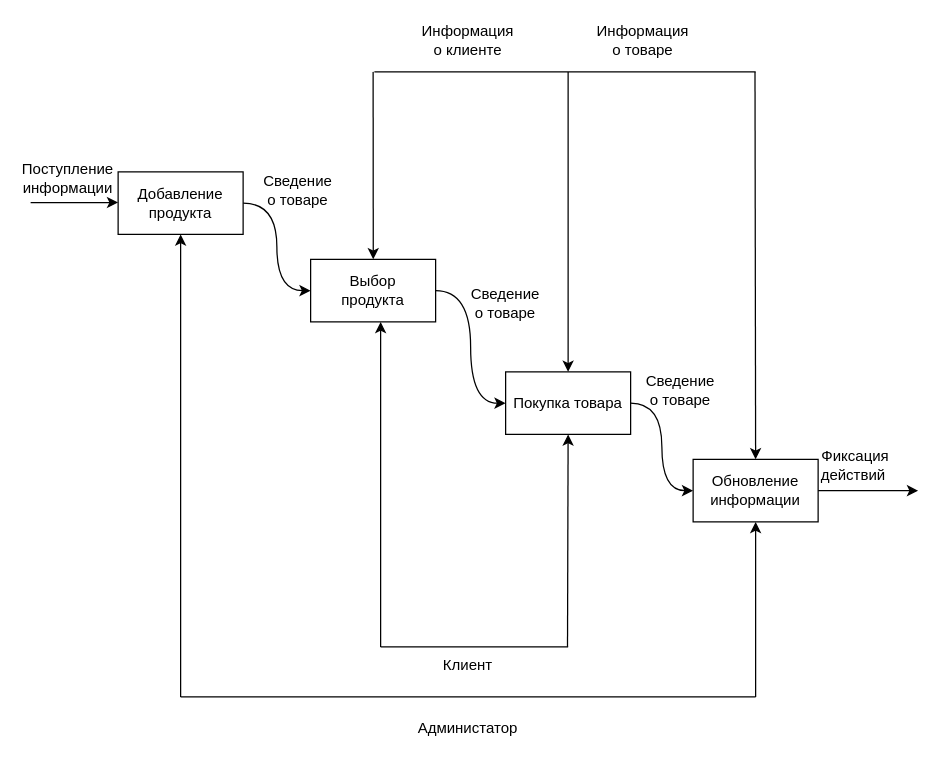
Before: Декомпозиция.drawio in Kovshik387/KursWPF, a draw.io diagram. Source tidied: cells renumbered, new cells numbered last; positions are measured from the earlier drawing's top-left corner, leaving out a move shared by most shapes. Both pictures are drawn from the tidied source at 125%, with x=0, y=0 at pixel (30, 21).
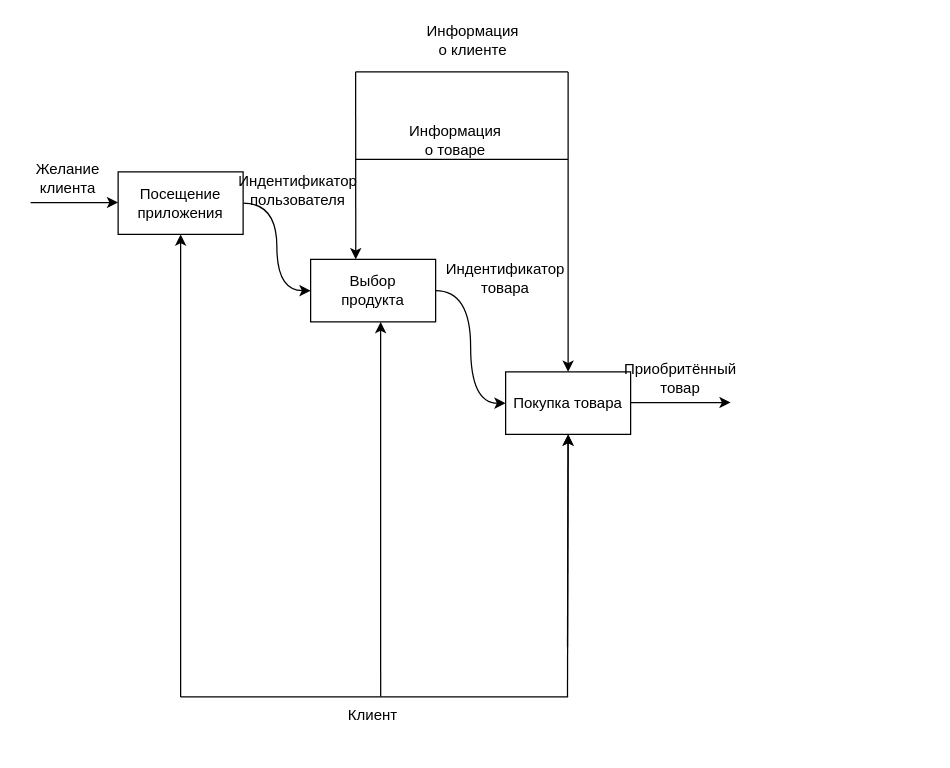
The same page after the edit.

Unchanged cells that the change refers to:
```xml
<mxCell id="10" value="Покупка товара" style="rounded=0;whiteSpace=wrap;html=1;" parent="1" vertex="1">
  <mxGeometry x="380" y="280" width="100" height="50" as="geometry" />
</mxCell>
```

The edit, as a diff of the source:
```diff
@@
-    <mxCell id="4" value="Добавление продукта" style="text;html=1;strokeColor=none;fillColor=none;align=center;verticalAlign=middle;whiteSpace=wrap;rounded=0;" parent="1" vertex="1">
+    <mxCell id="4" value="Посещение приложения" style="text;html=1;strokeColor=none;fillColor=none;align=center;verticalAlign=middle;whiteSpace=wrap;rounded=0;" parent="1" vertex="1">
       <mxGeometry x="90" y="130" width="60" height="30" as="geometry" />
     </mxCell>
@@
-    <mxCell id="9" style="edgeStyle=orthogonalEdgeStyle;rounded=0;jettySize=auto;html=1;exitX=1;exitY=0.5;exitDx=0;exitDy=0;entryX=0;entryY=0.5;entryDx=0;entryDy=0;curved=1;" parent="1" edge="1" source="10" target="11">
-      <mxGeometry relative="1" as="geometry" />
-    </mxCell>
@@
-    <mxCell id="11" value="Обновление информации" style="rounded=0;whiteSpace=wrap;html=1;" parent="1" vertex="1">
-      <mxGeometry x="530" y="350" width="100" height="50" as="geometry" />
-    </mxCell>
-    <mxCell id="12" value="Сведение о товаре" style="text;html=1;strokeColor=none;fillColor=none;align=center;verticalAlign=middle;whiteSpace=wrap;rounded=0;" parent="1" vertex="1">
-      <mxGeometry x="490" y="280" width="60" height="30" as="geometry" />
-    </mxCell>
-    <mxCell id="13" value="Сведение о товаре" style="text;html=1;strokeColor=none;fillColor=none;align=center;verticalAlign=middle;whiteSpace=wrap;rounded=0;" parent="1" vertex="1">
-      <mxGeometry x="350" y="210" width="60" height="30" as="geometry" />
+    <mxCell id="13" value="Индентификатор товара&lt;br&gt;" style="text;html=1;strokeColor=none;fillColor=none;align=center;verticalAlign=middle;whiteSpace=wrap;rounded=0;" parent="1" vertex="1">
+      <mxGeometry x="350" y="190" width="60" height="30" as="geometry" />
     </mxCell>
-    <mxCell id="14" value="Сведение о товаре" style="text;html=1;strokeColor=none;fillColor=none;align=center;verticalAlign=middle;whiteSpace=wrap;rounded=0;" parent="1" vertex="1">
+    <mxCell id="14" value="Индентификатор пользователя" style="text;html=1;strokeColor=none;fillColor=none;align=center;verticalAlign=middle;whiteSpace=wrap;rounded=0;" parent="1" vertex="1">
       <mxGeometry x="184" y="120" width="60" height="30" as="geometry" />
     </mxCell>
-    <mxCell id="15" value="Поступление информации" style="text;html=1;strokeColor=none;fillColor=none;align=center;verticalAlign=middle;whiteSpace=wrap;rounded=0;" parent="1" vertex="1">
+    <mxCell id="15" value="Желание клиента&lt;br&gt;" style="text;html=1;strokeColor=none;fillColor=none;align=center;verticalAlign=middle;whiteSpace=wrap;rounded=0;" parent="1" vertex="1">
       <mxGeometry y="110" width="60" height="30" as="geometry" />
     </mxCell>
     <mxCell id="16" style="endArrow=none;html=1;rounded=0;" parent="1" edge="1">
       <mxGeometry relative="1" as="geometry">
         <mxPoint x="120" y="540" as="sourcePoint" />
-        <mxPoint x="580" y="540" as="targetPoint" />
+        <mxPoint x="430" y="540" as="targetPoint" />
       </mxGeometry>
     </mxCell>
@@
-    <mxCell id="18" style="endArrow=classic;html=1;rounded=0;strokeColor=default;endFill=1;entryX=0.5;entryY=1;entryDx=0;entryDy=0;" parent="1" edge="1" target="11">
+    <mxCell id="18" style="endArrow=classic;html=1;rounded=0;strokeColor=default;endFill=1;entryX=0.5;entryY=1;entryDx=0;entryDy=0;" parent="1" edge="1" target="10">
       <mxGeometry relative="1" as="geometry">
-        <mxPoint x="580" y="540" as="sourcePoint" />
+        <mxPoint x="429.5" y="540" as="sourcePoint" />
       </mxGeometry>
     </mxCell>
-    <mxCell id="19" style="endArrow=classic;html=1;rounded=0;exitX=1;exitY=0.5;exitDx=0;exitDy=0;" parent="1" edge="1" source="11">
+    <mxCell id="19" style="endArrow=classic;html=1;rounded=0;exitX=1;exitY=0.5;exitDx=0;exitDy=0;" parent="1" edge="1">
       <mxGeometry relative="1" as="geometry">
-        <mxPoint x="710" y="375" as="targetPoint" />
+        <mxPoint x="480" y="304.5" as="sourcePoint" />
+        <mxPoint x="560" y="304.5" as="targetPoint" />
       </mxGeometry>
     </mxCell>
-    <mxCell id="20" value="Администатор" style="text;html=1;strokeColor=none;fillColor=none;align=center;verticalAlign=middle;whiteSpace=wrap;rounded=0;" parent="1" vertex="1">
-      <mxGeometry x="320" y="550" width="60" height="30" as="geometry" />
-    </mxCell>
-    <mxCell id="21" style="endArrow=none;html=1;rounded=0;" parent="1" edge="1">
+    <mxCell id="21" style="endArrow=none;html=1;rounded=0;entryX=0.601;entryY=-0.008;entryDx=0;entryDy=0;entryPerimeter=0;" parent="1" edge="1" target="24">
       <mxGeometry relative="1" as="geometry">
         <mxPoint x="280" y="500" as="sourcePoint" />
-        <mxPoint x="430" y="500" as="targetPoint" />
       </mxGeometry>
     </mxCell>
@@
     <mxCell id="24" value="Клиент" style="text;html=1;strokeColor=none;fillColor=none;align=center;verticalAlign=middle;whiteSpace=wrap;rounded=0;" parent="1" vertex="1">
-      <mxGeometry x="320" y="500" width="60" height="30" as="geometry" />
+      <mxGeometry x="244" y="540" width="60" height="30" as="geometry" />
     </mxCell>
-    <mxCell id="25" value="Фиксация действий&amp;nbsp;" style="text;html=1;strokeColor=none;fillColor=none;align=center;verticalAlign=middle;whiteSpace=wrap;rounded=0;" parent="1" vertex="1">
-      <mxGeometry x="630" y="340" width="60" height="30" as="geometry" />
-    </mxCell>
     <mxCell id="26" style="endArrow=none;html=1;rounded=0;" parent="1" edge="1">
       <mxGeometry relative="1" as="geometry">
-        <mxPoint x="275" y="40" as="sourcePoint" />
-        <mxPoint x="580" y="40" as="targetPoint" />
+        <mxPoint x="260" y="110" as="sourcePoint" />
+        <mxPoint x="430" y="110" as="targetPoint" />
       </mxGeometry>
     </mxCell>
-    <mxCell id="27" style="endArrow=classic;html=1;rounded=0;strokeColor=default;endFill=1;entryX=0.5;entryY=0;entryDx=0;entryDy=0;" parent="1" edge="1" target="11">
-      <mxGeometry relative="1" as="geometry">
-        <mxPoint x="579.5" y="40" as="sourcePoint" />
-      </mxGeometry>
-    </mxCell>
@@
     <mxCell id="29" style="endArrow=classic;html=1;rounded=0;strokeColor=default;endFill=1;entryX=0.5;entryY=0;entryDx=0;entryDy=0;" parent="1" edge="1">
       <mxGeometry relative="1" as="geometry">
-        <mxPoint x="274" y="40" as="sourcePoint" />
-        <mxPoint x="274.1" y="190" as="targetPoint" />
+        <mxPoint x="260" y="40" as="sourcePoint" />
+        <mxPoint x="260.1" y="190" as="targetPoint" />
       </mxGeometry>
     </mxCell>
+    <mxCell id="31" value="Информация о товаре" style="text;html=1;strokeColor=none;fillColor=none;align=center;verticalAlign=middle;whiteSpace=wrap;rounded=0;" parent="1" vertex="1">
+      <mxGeometry x="310" y="80" width="60" height="30" as="geometry" />
+    </mxCell>
+    <mxCell id="32" style="endArrow=none;html=1;rounded=0;" parent="1" edge="1">
+      <mxGeometry relative="1" as="geometry">
+        <mxPoint x="260" y="40" as="sourcePoint" />
+        <mxPoint x="430" y="40" as="targetPoint" />
+      </mxGeometry>
+    </mxCell>
+    <mxCell id="33" value="Приобритённый товар" style="text;html=1;strokeColor=none;fillColor=none;align=center;verticalAlign=middle;whiteSpace=wrap;rounded=0;" parent="1" vertex="1">
+      <mxGeometry x="490" y="270" width="60" height="30" as="geometry" />
+    </mxCell>
     <mxCell id="30" value="Информация о клиенте" style="text;html=1;strokeColor=none;fillColor=none;align=center;verticalAlign=middle;whiteSpace=wrap;rounded=0;" parent="1" vertex="1">
-      <mxGeometry x="320" width="60" height="30" as="geometry" />
+      <mxGeometry x="324" width="60" height="30" as="geometry" />
     </mxCell>
-    <mxCell id="31" value="Информация о товаре" style="text;html=1;strokeColor=none;fillColor=none;align=center;verticalAlign=middle;whiteSpace=wrap;rounded=0;" parent="1" vertex="1">
-      <mxGeometry x="460" width="60" height="30" as="geometry" />
-    </mxCell>
```
